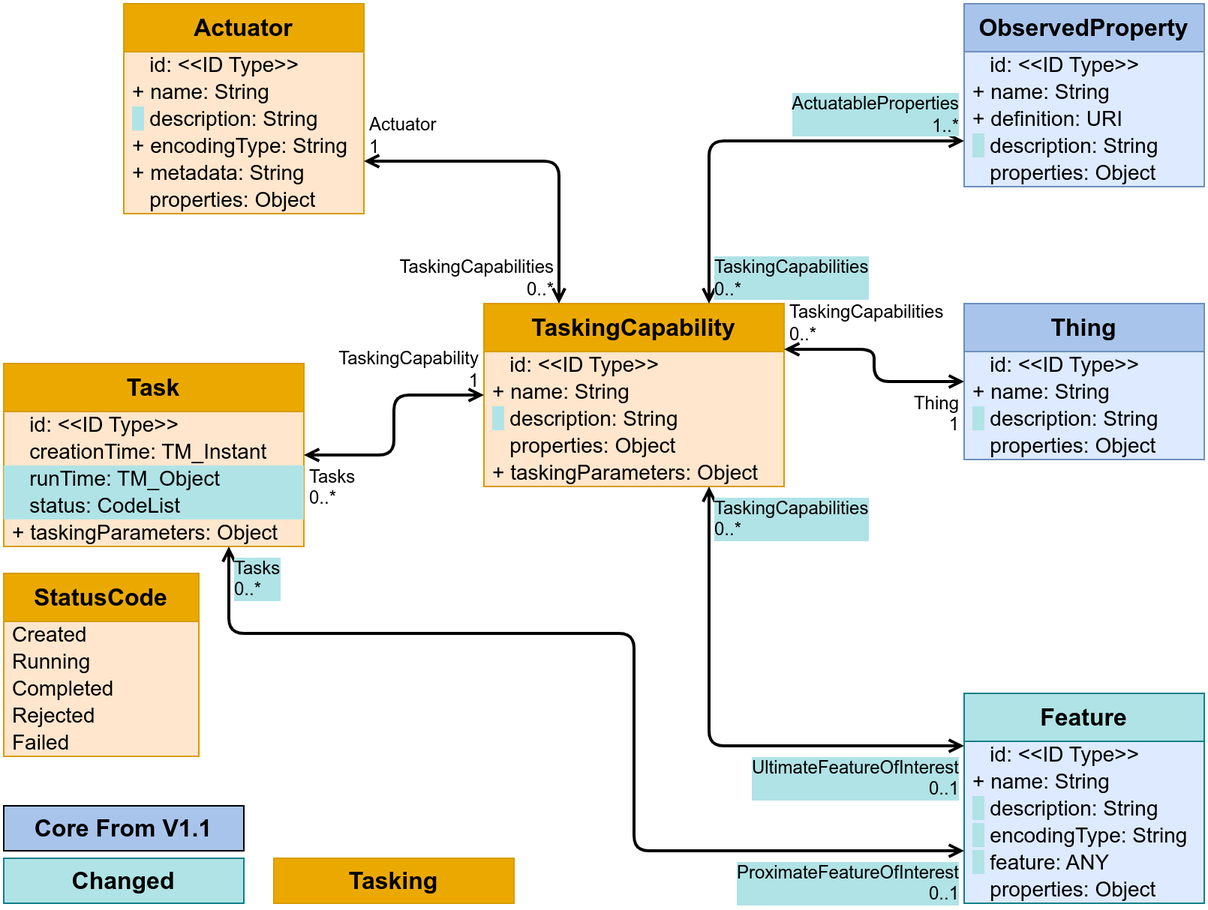
This is figures/Datamodel-SensorThingsApi-V2-Tasking.drawio.png from opengeospatial/sensorthings, a draw.io export, as it was before one commit. Source tidied: cells renumbered, new cells last; positions are measured from the earlier drawing's top-left corner, leaving out a move shared by most shapes.
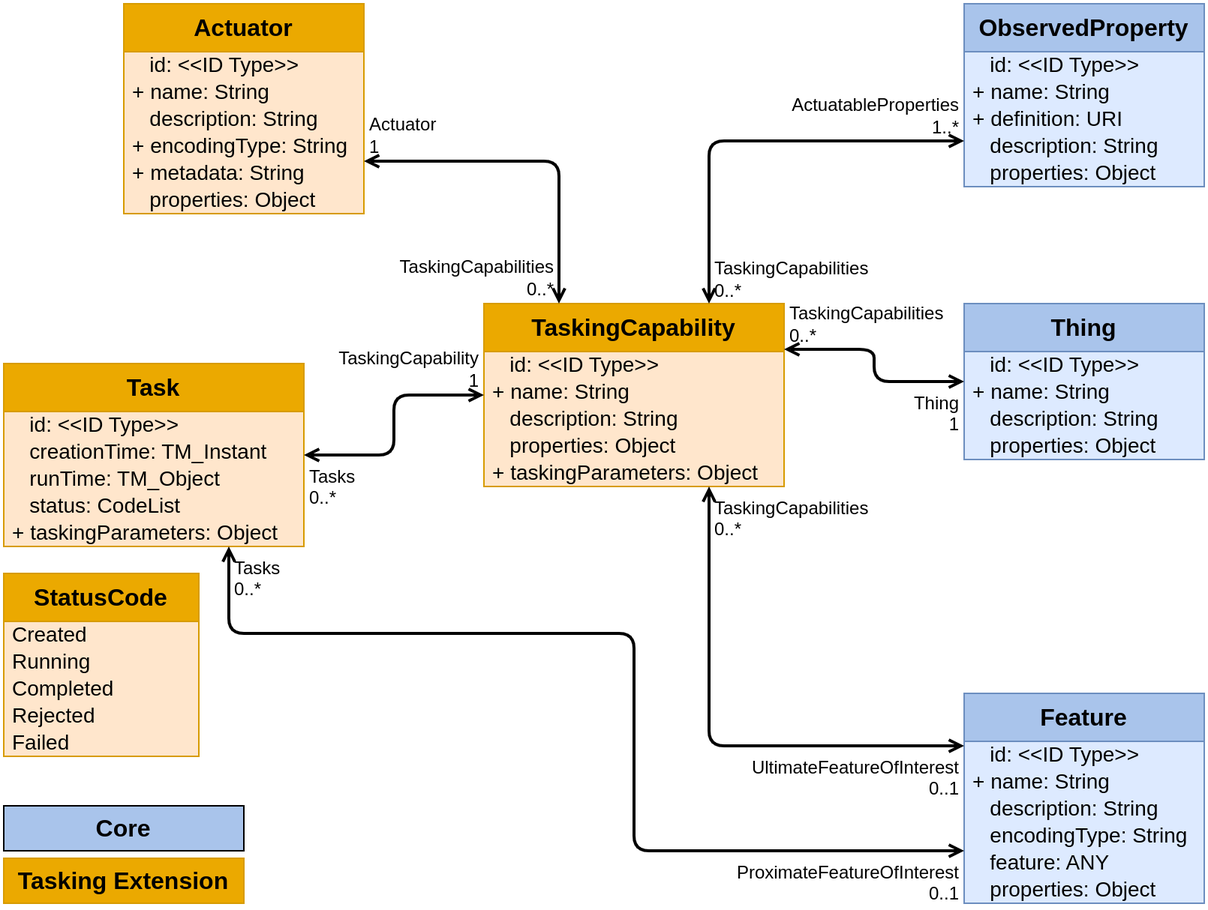
After the commit.

What changed in the source:
```diff
@@ -2,7 +2,7 @@
   <root>
     <mxCell id="0" />
     <mxCell id="1" parent="0" />
-    <mxCell id="2" value="Feature" style="swimlane;fontStyle=1;horizontal=1;startSize=32;fontSize=16;whiteSpace=wrap;html=1;fillColor=#b0e3e6;strokeColor=#0e8088;swimlaneFillColor=#DDEAFF;verticalAlign=top;" parent="1" vertex="1">
+    <mxCell id="2" value="Feature" style="swimlane;fontStyle=1;horizontal=1;startSize=32;fontSize=16;whiteSpace=wrap;html=1;fillColor=#A9C4EB;strokeColor=#6c8ebf;swimlaneFillColor=#DDEAFF;verticalAlign=top;" parent="1" vertex="1">
       <mxGeometry x="640" y="460" width="160" height="140" as="geometry" />
     </mxCell>
     <mxCell id="3" value="&amp;nbsp;&amp;nbsp;&amp;nbsp;id: &amp;lt;&amp;lt;ID Type&amp;gt;&amp;gt;" style="text;strokeColor=none;fillColor=none;align=left;verticalAlign=middle;spacingLeft=4;spacingRight=4;overflow=visible;html=1;fontSize=14;" parent="2" vertex="1">
@@ -11,13 +11,13 @@
     <mxCell id="4" value="+ name: String" style="text;strokeColor=none;fillColor=none;align=left;verticalAlign=middle;spacingLeft=4;spacingRight=4;overflow=visible;html=1;fontSize=14;" parent="2" vertex="1">
       <mxGeometry y="50" width="160" height="18" as="geometry" />
     </mxCell>
-    <mxCell id="5" value="&lt;span style=&quot;background-color: rgb(176, 227, 230);&quot;&gt;&amp;nbsp; &lt;/span&gt;&amp;nbsp;description: String" style="text;strokeColor=none;fillColor=none;align=left;verticalAlign=middle;spacingLeft=4;spacingRight=4;overflow=visible;html=1;fontSize=14;" parent="2" vertex="1">
+    <mxCell id="5" value="&amp;nbsp; &amp;nbsp;description: String" style="text;strokeColor=none;fillColor=none;align=left;verticalAlign=middle;spacingLeft=4;spacingRight=4;overflow=visible;html=1;fontSize=14;" parent="2" vertex="1">
       <mxGeometry y="68" width="160" height="18" as="geometry" />
     </mxCell>
-    <mxCell id="6" value="&lt;span style=&quot;background-color: rgb(176, 227, 230);&quot;&gt;&amp;nbsp; &lt;/span&gt;&amp;nbsp;encodingType: String" style="text;strokeColor=none;fillColor=none;align=left;verticalAlign=middle;spacingLeft=4;spacingRight=4;overflow=visible;html=1;fontSize=14;" parent="2" vertex="1">
+    <mxCell id="6" value="&amp;nbsp; &amp;nbsp;encodingType: String" style="text;strokeColor=none;fillColor=none;align=left;verticalAlign=middle;spacingLeft=4;spacingRight=4;overflow=visible;html=1;fontSize=14;" parent="2" vertex="1">
       <mxGeometry y="86" width="160" height="18" as="geometry" />
     </mxCell>
-    <mxCell id="7" value="&lt;span style=&quot;background-color: rgb(176, 227, 230);&quot;&gt;&amp;nbsp; &lt;/span&gt;&amp;nbsp;feature: ANY" style="text;strokeColor=none;fillColor=none;align=left;verticalAlign=middle;spacingLeft=4;spacingRight=4;overflow=visible;html=1;fontSize=14;" parent="2" vertex="1">
+    <mxCell id="7" value="&amp;nbsp; &amp;nbsp;feature: ANY" style="text;strokeColor=none;fillColor=none;align=left;verticalAlign=middle;spacingLeft=4;spacingRight=4;overflow=visible;html=1;fontSize=14;" parent="2" vertex="1">
       <mxGeometry y="104" width="160" height="18" as="geometry" />
     </mxCell>
     <mxCell id="8" value="&amp;nbsp;&amp;nbsp;&amp;nbsp;properties: Object" style="text;strokeColor=none;fillColor=none;align=left;verticalAlign=middle;spacingLeft=4;spacingRight=4;overflow=visible;html=1;fontSize=14;" parent="2" vertex="1">
@@ -35,7 +35,7 @@
     <mxCell id="12" value="+ definition: URI" style="text;strokeColor=none;fillColor=none;align=left;verticalAlign=middle;spacingLeft=4;spacingRight=4;overflow=visible;html=1;fontSize=14;" parent="9" vertex="1">
       <mxGeometry y="68" width="160" height="18" as="geometry" />
     </mxCell>
-    <mxCell id="13" value="&lt;span style=&quot;background-color: rgb(176, 227, 230);&quot;&gt;&amp;nbsp; &lt;/span&gt;&amp;nbsp;description: String" style="text;strokeColor=none;fillColor=none;align=left;verticalAlign=middle;spacingLeft=4;spacingRight=4;overflow=visible;html=1;fontSize=14;" parent="9" vertex="1">
+    <mxCell id="13" value="&amp;nbsp; &amp;nbsp;description: String" style="text;strokeColor=none;fillColor=none;align=left;verticalAlign=middle;spacingLeft=4;spacingRight=4;overflow=visible;html=1;fontSize=14;" parent="9" vertex="1">
       <mxGeometry y="86" width="160" height="18" as="geometry" />
     </mxCell>
     <mxCell id="14" value="&amp;nbsp;&amp;nbsp;&amp;nbsp;properties: Object" style="text;strokeColor=none;fillColor=none;align=left;verticalAlign=middle;spacingLeft=4;spacingRight=4;overflow=visible;html=1;fontSize=14;" parent="9" vertex="1">
@@ -50,16 +50,13 @@
     <mxCell id="17" value="+ name: String" style="text;strokeColor=none;fillColor=none;align=left;verticalAlign=middle;spacingLeft=4;spacingRight=4;overflow=visible;html=1;fontSize=14;" parent="15" vertex="1">
       <mxGeometry y="50" width="160" height="18" as="geometry" />
     </mxCell>
-    <mxCell id="18" value="&lt;span style=&quot;background-color: rgb(176, 227, 230);&quot;&gt;&amp;nbsp; &lt;/span&gt;&amp;nbsp;description: String" style="text;strokeColor=none;fillColor=none;align=left;verticalAlign=middle;spacingLeft=4;spacingRight=4;overflow=visible;html=1;fontSize=14;" parent="15" vertex="1">
+    <mxCell id="18" value="&amp;nbsp; &amp;nbsp;description: String" style="text;strokeColor=none;fillColor=none;align=left;verticalAlign=middle;spacingLeft=4;spacingRight=4;overflow=visible;html=1;fontSize=14;" parent="15" vertex="1">
       <mxGeometry y="68" width="160" height="18" as="geometry" />
     </mxCell>
     <mxCell id="19" value="&amp;nbsp;&amp;nbsp;&amp;nbsp;properties: Object" style="text;strokeColor=none;fillColor=none;align=left;verticalAlign=middle;spacingLeft=4;spacingRight=4;overflow=visible;html=1;fontSize=14;" parent="15" vertex="1">
       <mxGeometry y="86" width="160" height="18" as="geometry" />
     </mxCell>
-    <mxCell id="20" value="Changed" style="rounded=0;whiteSpace=wrap;html=1;labelBackgroundColor=none;fillColor=#b0e3e6;strokeColor=#0e8088;fontStyle=1;fontSize=16;" parent="1" vertex="1">
-      <mxGeometry y="570" width="160" height="30" as="geometry" />
-    </mxCell>
-    <mxCell id="21" value="Core From V1.1" style="rounded=0;whiteSpace=wrap;html=1;labelBackgroundColor=none;fillColor=#A9C4EB;strokeColor=default;fontStyle=1;fontSize=16;" parent="1" vertex="1">
+    <mxCell id="21" value="Core" style="rounded=0;whiteSpace=wrap;html=1;labelBackgroundColor=none;fillColor=#A9C4EB;strokeColor=default;fontStyle=1;fontSize=16;" parent="1" vertex="1">
       <mxGeometry y="535" width="160" height="30" as="geometry" />
     </mxCell>
     <mxCell id="22" value="Actuator" style="swimlane;fontStyle=1;horizontal=1;startSize=32;fontSize=16;whiteSpace=wrap;html=1;fillColor=#EBA900;strokeColor=#d79b00;swimlaneFillColor=#FFE6CC;" parent="1" vertex="1">
@@ -71,7 +68,7 @@
     <mxCell id="24" value="+ name: String" style="text;strokeColor=none;fillColor=none;align=left;verticalAlign=middle;spacingLeft=4;spacingRight=4;overflow=visible;html=1;fontSize=14;" parent="22" vertex="1">
       <mxGeometry y="50" width="160" height="18" as="geometry" />
     </mxCell>
-    <mxCell id="25" value="&lt;span style=&quot;background-color: rgb(176, 227, 230);&quot;&gt;&amp;nbsp; &lt;/span&gt;&amp;nbsp;description: String" style="text;strokeColor=none;fillColor=none;align=left;verticalAlign=middle;spacingLeft=4;spacingRight=4;overflow=visible;html=1;fontSize=14;" parent="22" vertex="1">
+    <mxCell id="25" value="&amp;nbsp; &amp;nbsp;description: String" style="text;strokeColor=none;fillColor=none;align=left;verticalAlign=middle;spacingLeft=4;spacingRight=4;overflow=visible;html=1;fontSize=14;" parent="22" vertex="1">
       <mxGeometry y="68" width="160" height="18" as="geometry" />
     </mxCell>
     <mxCell id="26" value="+ encodingType: String" style="text;strokeColor=none;fillColor=none;align=left;verticalAlign=middle;spacingLeft=4;spacingRight=4;overflow=visible;html=1;fontSize=14;" parent="22" vertex="1">
@@ -92,10 +89,10 @@
     <mxCell id="31" value="&amp;nbsp;&amp;nbsp;&amp;nbsp;creationTime: TM_Instant" style="text;strokeColor=none;fillColor=none;align=left;verticalAlign=middle;spacingLeft=4;spacingRight=4;overflow=visible;html=1;fontSize=14;" parent="29" vertex="1">
       <mxGeometry y="50" width="200" height="18" as="geometry" />
     </mxCell>
-    <mxCell id="32" value="&amp;nbsp;&amp;nbsp;&amp;nbsp;runTime: TM_Object" style="text;strokeColor=none;fillColor=#b0e3e6;align=left;verticalAlign=middle;spacingLeft=4;spacingRight=4;overflow=visible;html=1;fontSize=14;" parent="29" vertex="1">
+    <mxCell id="32" value="&amp;nbsp;&amp;nbsp;&amp;nbsp;runTime: TM_Object" style="text;strokeColor=none;fillColor=none;align=left;verticalAlign=middle;spacingLeft=4;spacingRight=4;overflow=visible;html=1;fontSize=14;" parent="29" vertex="1">
       <mxGeometry y="68" width="200" height="18" as="geometry" />
     </mxCell>
-    <mxCell id="33" value="&amp;nbsp;&amp;nbsp;&amp;nbsp;status: CodeList" style="text;strokeColor=none;fillColor=#b0e3e6;align=left;verticalAlign=middle;spacingLeft=4;spacingRight=4;overflow=visible;html=1;fontSize=14;" parent="29" vertex="1">
+    <mxCell id="33" value="&amp;nbsp;&amp;nbsp;&amp;nbsp;status: CodeList" style="text;strokeColor=none;fillColor=none;align=left;verticalAlign=middle;spacingLeft=4;spacingRight=4;overflow=visible;html=1;fontSize=14;" parent="29" vertex="1">
       <mxGeometry y="86" width="200" height="18" as="geometry" />
     </mxCell>
     <mxCell id="34" value="+ taskingParameters: Object" style="text;strokeColor=none;fillColor=none;align=left;verticalAlign=middle;spacingLeft=4;spacingRight=4;overflow=visible;html=1;fontSize=14;" parent="29" vertex="1">
@@ -110,7 +107,7 @@
     <mxCell id="37" value="+ name: String" style="text;strokeColor=none;fillColor=none;align=left;verticalAlign=middle;spacingLeft=4;spacingRight=4;overflow=visible;html=1;fontSize=14;" parent="35" vertex="1">
       <mxGeometry y="50" width="200" height="18" as="geometry" />
     </mxCell>
-    <mxCell id="38" value="&lt;span style=&quot;background-color: rgb(176, 227, 230);&quot;&gt;&amp;nbsp; &lt;/span&gt;&amp;nbsp;description: String" style="text;strokeColor=none;fillColor=none;align=left;verticalAlign=middle;spacingLeft=4;spacingRight=4;overflow=visible;html=1;fontSize=14;" parent="35" vertex="1">
+    <mxCell id="38" value="&amp;nbsp; &amp;nbsp;description: String" style="text;strokeColor=none;fillColor=none;align=left;verticalAlign=middle;spacingLeft=4;spacingRight=4;overflow=visible;html=1;fontSize=14;" parent="35" vertex="1">
       <mxGeometry y="68" width="200" height="18" as="geometry" />
     </mxCell>
     <mxCell id="39" value="&amp;nbsp;&amp;nbsp;&amp;nbsp;properties: Object" style="text;strokeColor=none;fillColor=none;align=left;verticalAlign=middle;spacingLeft=4;spacingRight=4;overflow=visible;html=1;fontSize=14;" parent="35" vertex="1">
@@ -149,19 +146,19 @@
     <mxCell id="50" style="endArrow=open;startArrow=open;html=1;rounded=1;edgeStyle=orthogonalEdgeStyle;entryX=0.75;entryY=0;entryDx=0;entryDy=0;exitX=0;exitY=0.75;exitDx=0;exitDy=0;curved=0;strokeWidth=2;startFill=0;endFill=0;" parent="1" edge="1" source="9" target="35">
       <mxGeometry relative="1" as="geometry" />
     </mxCell>
-    <mxCell id="51" value="ActuatableProperties&lt;br&gt;1..*" style="edgeLabel;html=1;align=right;verticalAlign=bottom;labelBackgroundColor=#B0E3E6;fontSize=12;spacingLeft=1;spacing=3;spacingRight=2;" parent="50" vertex="1">
+    <mxCell id="51" value="ActuatableProperties&lt;br&gt;1..*" style="edgeLabel;html=1;align=right;verticalAlign=bottom;labelBackgroundColor=none;fontSize=12;spacingLeft=1;spacing=3;spacingRight=2;" parent="50" vertex="1">
       <mxGeometry x="-1" relative="1" as="geometry" />
     </mxCell>
-    <mxCell id="52" value="TaskingCapabilities&lt;br&gt;0..*" style="edgeLabel;html=1;align=left;verticalAlign=bottom;labelBackgroundColor=#B0E3E6;fontSize=12;spacingLeft=1;spacing=3;spacingRight=2;" parent="50" vertex="1">
+    <mxCell id="52" value="TaskingCapabilities&lt;br&gt;0..*" style="edgeLabel;html=1;align=left;verticalAlign=bottom;labelBackgroundColor=none;fontSize=12;spacingLeft=1;spacing=3;spacingRight=2;" parent="50" vertex="1">
       <mxGeometry x="1" relative="1" as="geometry" />
     </mxCell>
     <mxCell id="53" style="endArrow=open;startArrow=open;html=1;rounded=1;exitX=0;exitY=0.25;exitDx=0;exitDy=0;edgeStyle=orthogonalEdgeStyle;entryX=0.75;entryY=1;entryDx=0;entryDy=0;curved=0;strokeWidth=2;startFill=0;endFill=0;" parent="1" edge="1" source="2" target="35">
       <mxGeometry relative="1" as="geometry" />
     </mxCell>
-    <mxCell id="54" value="UltimateFeatureOfInterest&lt;br&gt;0..1" style="edgeLabel;html=1;align=right;verticalAlign=top;labelBackgroundColor=#B0E3E6;fontSize=12;spacingLeft=1;spacing=3;spacingRight=2;" parent="53" vertex="1">
+    <mxCell id="54" value="UltimateFeatureOfInterest&lt;br&gt;0..1" style="edgeLabel;html=1;align=right;verticalAlign=top;labelBackgroundColor=none;fontSize=12;spacingLeft=1;spacing=3;spacingRight=2;" parent="53" vertex="1">
       <mxGeometry x="-1" relative="1" as="geometry" />
     </mxCell>
-    <mxCell id="55" value="TaskingCapabilities&lt;br&gt;0..*" style="edgeLabel;html=1;align=left;verticalAlign=top;labelBackgroundColor=#B0E3E6;fontSize=12;spacingLeft=1;spacing=3;spacingRight=2;" parent="53" vertex="1">
+    <mxCell id="55" value="TaskingCapabilities&lt;br&gt;0..*" style="edgeLabel;html=1;align=left;verticalAlign=top;labelBackgroundColor=none;fontSize=12;spacingLeft=1;spacing=3;spacingRight=2;" parent="53" vertex="1">
       <mxGeometry x="1" relative="1" as="geometry" />
     </mxCell>
     <mxCell id="56" style="endArrow=open;startArrow=open;html=1;rounded=1;edgeStyle=orthogonalEdgeStyle;entryX=0;entryY=0.75;entryDx=0;entryDy=0;curved=0;exitX=0.75;exitY=1;exitDx=0;exitDy=0;strokeWidth=2;startFill=0;endFill=0;" parent="1" edge="1" source="29" target="2">
@@ -173,14 +170,14 @@
         </Array>
       </mxGeometry>
     </mxCell>
-    <mxCell id="57" value="Tasks&lt;br&gt;0..*" style="edgeLabel;html=1;align=left;verticalAlign=top;labelBackgroundColor=#B0E3E6;fontSize=12;spacingLeft=1;spacing=3;spacingRight=2;" parent="56" vertex="1">
+    <mxCell id="57" value="Tasks&lt;br&gt;0..*" style="edgeLabel;html=1;align=left;verticalAlign=top;labelBackgroundColor=none;fontSize=12;spacingLeft=1;spacing=3;spacingRight=2;" parent="56" vertex="1">
       <mxGeometry x="-1" relative="1" as="geometry" />
     </mxCell>
-    <mxCell id="58" value="ProximateFeatureOfInterest&lt;br&gt;0..1" style="edgeLabel;html=1;align=right;verticalAlign=top;labelBackgroundColor=#B0E3E6;fontSize=12;spacingLeft=1;spacing=3;spacingRight=2;" parent="56" vertex="1">
+    <mxCell id="58" value="ProximateFeatureOfInterest&lt;br&gt;0..1" style="edgeLabel;html=1;align=right;verticalAlign=top;labelBackgroundColor=none;fontSize=12;spacingLeft=1;spacing=3;spacingRight=2;" parent="56" vertex="1">
       <mxGeometry x="1" relative="1" as="geometry" />
     </mxCell>
-    <mxCell id="59" value="Tasking" style="rounded=0;whiteSpace=wrap;html=1;labelBackgroundColor=none;fillColor=#EBA900;strokeColor=#d79b00;fontStyle=1;fontSize=16;startSize=32;swimlaneFillColor=#FFE6CC;" parent="1" vertex="1">
-      <mxGeometry x="180" y="570" width="160" height="30" as="geometry" />
+    <mxCell id="59" value="Tasking Extension" style="rounded=0;whiteSpace=wrap;html=1;labelBackgroundColor=none;fillColor=#EBA900;strokeColor=#d79b00;fontStyle=1;fontSize=16;startSize=32;swimlaneFillColor=#FFE6CC;" parent="1" vertex="1">
+      <mxGeometry y="570" width="160" height="30" as="geometry" />
     </mxCell>
     <mxCell id="60" value="StatusCode" style="swimlane;fontStyle=1;horizontal=1;startSize=32;fontSize=16;whiteSpace=wrap;html=1;fillColor=#EBA900;strokeColor=#d79b00;swimlaneFillColor=#FFE6CC;" parent="1" vertex="1">
       <mxGeometry y="380" width="130" height="122" as="geometry" />
```
